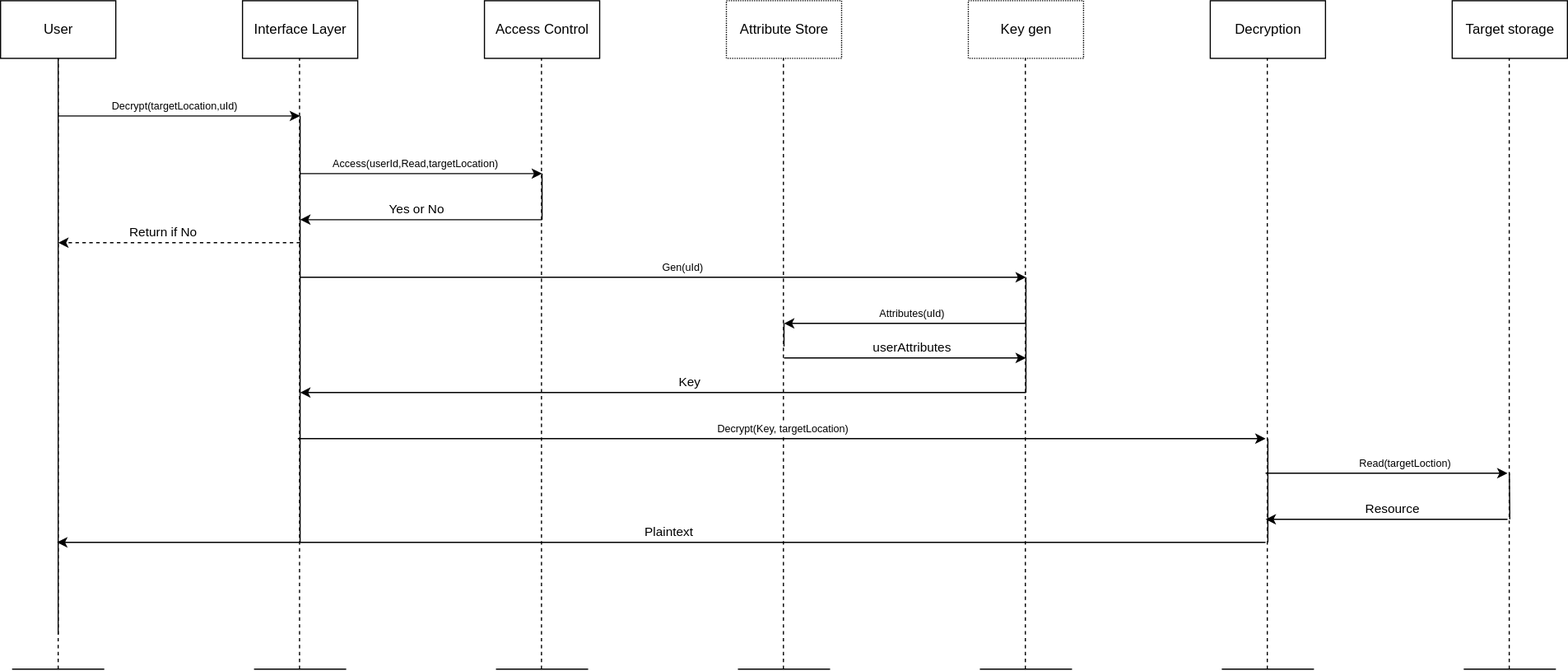
This is docs/design/system/decryption_flow.drawio.svg from ivajon/NGAC_ABE, a draw.io export, as it was before one commit. Source tidied: cells renumbered, new cells last; positions are measured from the earlier drawing's top-left corner, leaving out a move shared by most shapes.
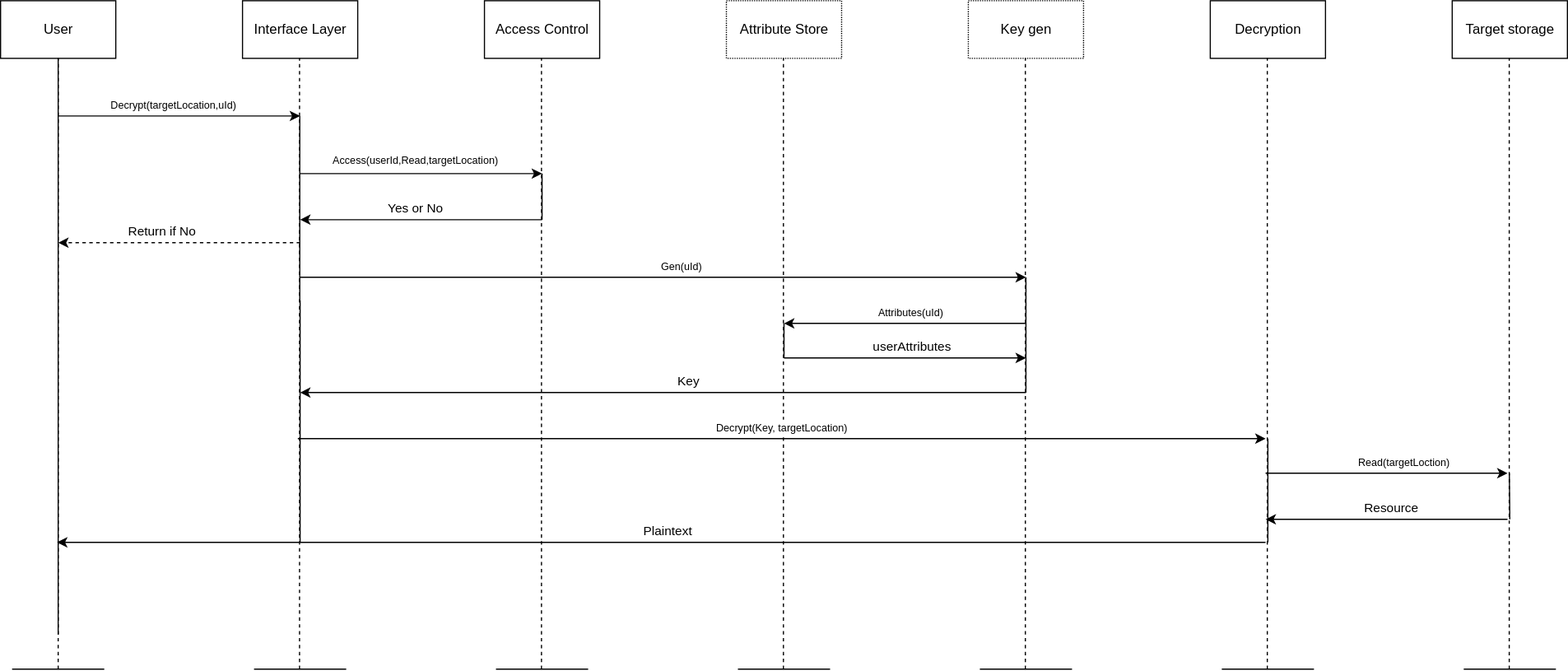
After the commit.

Commit message:
static design, kinda correct

Diff of the diagram source:
```diff
@@ -110,8 +110,8 @@
     </mxCell>
     <mxCell id="20" style="endArrow=none;html=1;" parent="1" edge="1">
       <mxGeometry relative="1" as="geometry">
-        <mxPoint x="260" y="260" as="sourcePoint" />
-        <mxPoint x="260" y="100" as="targetPoint" />
+        <mxPoint x="259.7" y="260" as="sourcePoint" />
+        <mxPoint x="259.7" y="100" as="targetPoint" />
       </mxGeometry>
     </mxCell>
     <mxCell id="21" style="endArrow=classic;html=1;" parent="1" edge="1">
@@ -120,11 +120,6 @@
         <mxPoint x="470" y="150" as="targetPoint" />
       </mxGeometry>
     </mxCell>
-    <mxCell id="22" value="(Uid,&quot;R&quot;,Rid)" style="edgeLabel;html=1;align=center;verticalAlign=middle;" parent="21" vertex="1">
-      <mxGeometry x="0.25" y="-1" relative="1" as="geometry">
-        <mxPoint x="-21" y="-11" as="offset" />
-      </mxGeometry>
-    </mxCell>
     <mxCell id="23" style="endArrow=none;html=1;" parent="1" edge="1">
       <mxGeometry relative="1" as="geometry">
         <mxPoint x="470" y="190" as="sourcePoint" />
@@ -274,7 +269,9 @@
       </mxGeometry>
     </mxCell>
     <mxCell id="49" value="&lt;font style=&quot;font-size: 9px&quot;&gt;Access(userId,Read,targetLocation)&lt;/font&gt;" style="edgeLabel;html=1;align=center;verticalAlign=middle;" parent="1" vertex="1">
-      <mxGeometry x="359.8" y="140" as="geometry" />
+      <mxGeometry x="370" y="160" as="geometry">
+        <mxPoint x="-10" y="-22" as="offset" />
+      </mxGeometry>
     </mxCell>
     <mxCell id="50" style="endArrow=classic;html=1;" parent="1" edge="1">
       <mxGeometry relative="1" as="geometry">
@@ -306,7 +303,7 @@
     </mxCell>
     <mxCell id="55" style="endArrow=none;html=1;fontSize=9;" parent="1" edge="1">
       <mxGeometry relative="1" as="geometry">
-        <mxPoint x="680" y="300" as="sourcePoint" />
+        <mxPoint x="680" y="310" as="sourcePoint" />
         <mxPoint x="680" y="280" as="targetPoint" />
       </mxGeometry>
     </mxCell>
```
